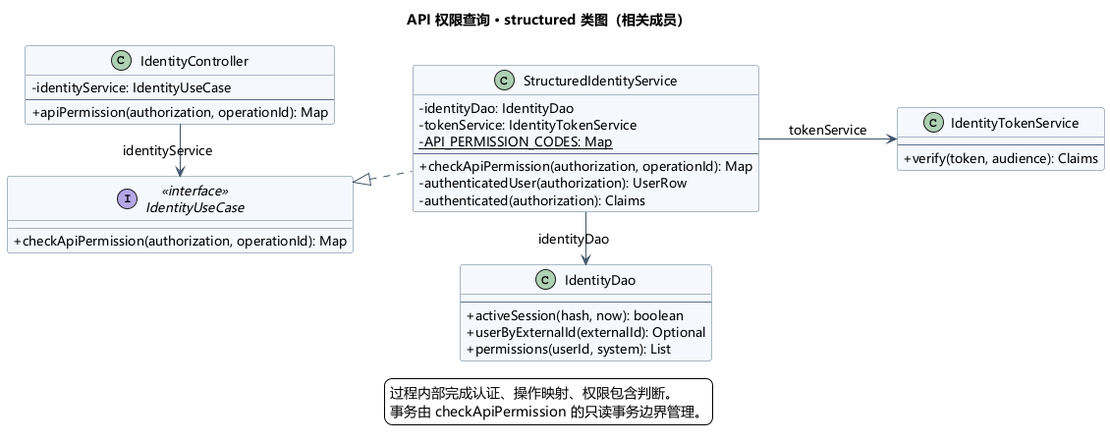
JiuQi79-BOT/MelonHub keeps this PlantUML diagram as doc/uml/api-permission-class.png. Above is the earlier version.
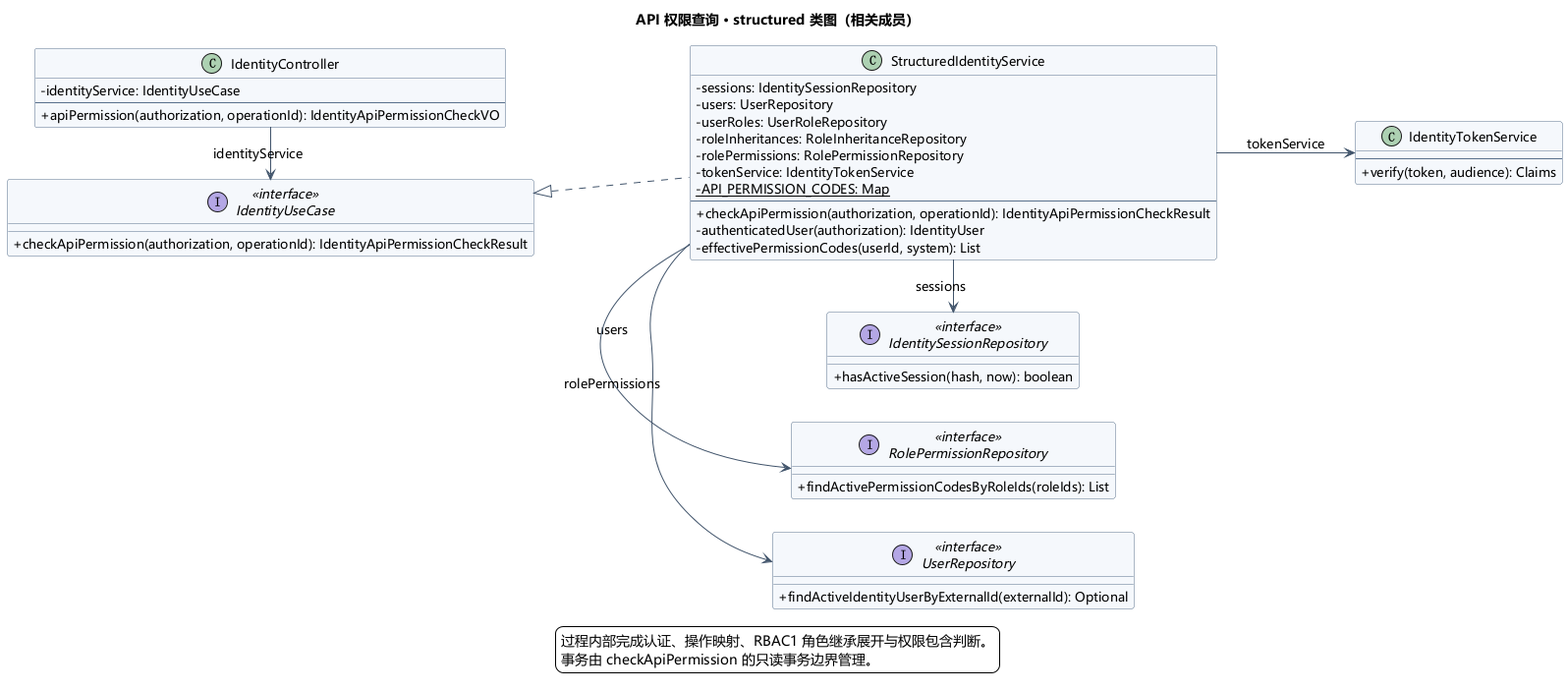
Later version of the same file.

The edit, as a diff of the source:
```diff
@@ -16,25 +16,32 @@
 class "IdentityController" as C {
  - identityService: IdentityUseCase
  --
- + apiPermission(authorization, operationId): Map
+ + apiPermission(authorization, operationId): IdentityApiPermissionCheckVO
 }
 interface "IdentityUseCase" as U <<interface>> {
- + checkApiPermission(authorization, operationId): Map
+ + checkApiPermission(authorization, operationId): IdentityApiPermissionCheckResult
 }
 class "StructuredIdentityService" as S {
- - identityDao: IdentityDao
+ - sessions: IdentitySessionRepository
+ - users: UserRepository
+ - userRoles: UserRoleRepository
+ - roleInheritances: RoleInheritanceRepository
+ - rolePermissions: RolePermissionRepository
  - tokenService: IdentityTokenService
  - {static} API_PERMISSION_CODES: Map
  --
- + checkApiPermission(authorization, operationId): Map
- - authenticatedUser(authorization): UserRow
- - authenticated(authorization): Claims
+ + checkApiPermission(authorization, operationId): IdentityApiPermissionCheckResult
+ - authenticatedUser(authorization): IdentityUser
+ - effectivePermissionCodes(userId, system): List
 }
-class "IdentityDao" as R {
- --
- + activeSession(hash, now): boolean
- + userByExternalId(externalId): Optional
- + permissions(userId, system): List
+interface "IdentitySessionRepository" as SR <<interface>> {
+ + hasActiveSession(hash, now): boolean
+}
+interface "UserRepository" as UR <<interface>> {
+ + findActiveIdentityUserByExternalId(externalId): Optional
+}
+interface "RolePermissionRepository" as PR <<interface>> {
+ + findActivePermissionCodesByRoleIds(roleIds): List
 }
 class "IdentityTokenService" as T {
  --
@@ -43,10 +50,12 @@
 C -right-> U : identityService
 S .up.|> U
 C -[hidden]right- S
-S -right-> R : identityDao
+S -right-> SR : sessions
+S -right-> UR : users
+S -right-> PR : rolePermissions
 S -down-> T : tokenService
 legend bottom
-过程内部完成认证、操作映射、权限包含判断。
+过程内部完成认证、操作映射、RBAC1 角色继承展开与权限包含判断。
 事务由 checkApiPermission 的只读事务边界管理。
 endlegend
 @enduml
```
